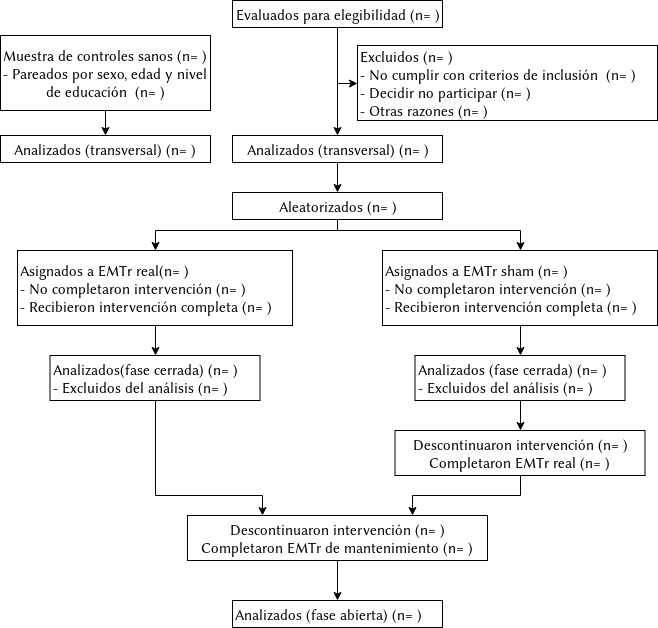
Before: Figures/participantFlow.png, a diagram exported from draw.io (soffiafdz/TesisINB). Source tidied: cells renumbered, new cells last; positions are measured from the earlier drawing's top-left corner, leaving out a move shared by most shapes.
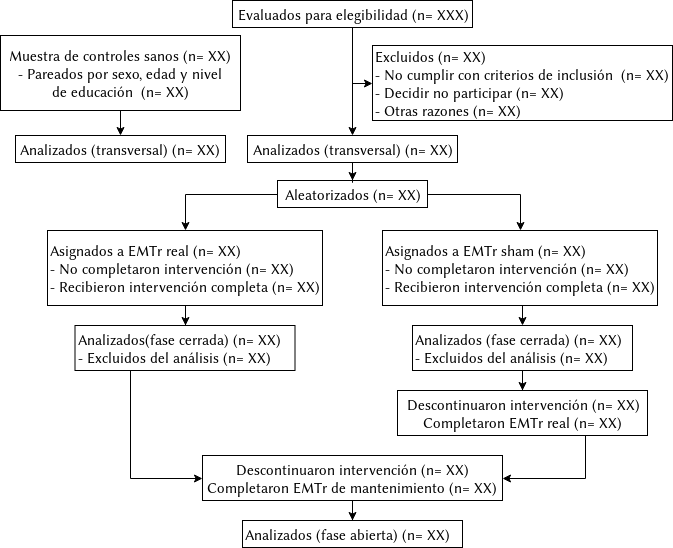
Later version of the same file.

The edit, as a diff of the source:
```diff
@@ -2,100 +2,80 @@
   <root>
     <mxCell id="0" />
     <mxCell id="1" parent="0" />
-    <mxCell id="2" value="&lt;font style=&quot;font-size: 15px&quot;&gt;Evaluados para elegibilidad (n= )&lt;/font&gt;" style="rounded=0;whiteSpace=wrap;html=1;rotation=0;" parent="1" vertex="1">
-      <mxGeometry x="232" width="210" height="27" as="geometry" />
+    <mxCell id="2" value="&lt;font style=&quot;font-size: 15px&quot;&gt;Evaluados para elegibilidad (n= XXX)&lt;/font&gt;" style="rounded=0;whiteSpace=wrap;html=1;rotation=0;" parent="1" vertex="1">
+      <mxGeometry x="217" width="240" height="27" as="geometry" />
     </mxCell>
-    <mxCell id="3" value="&lt;div style=&quot;font-size: 15px&quot; align=&quot;left&quot;&gt;&lt;font style=&quot;font-size: 15px&quot;&gt;Excluidos (n= )&lt;br&gt;- No cumplir con criterios de inclusión&amp;nbsp; (n= )&lt;br&gt;- Decidir no participar (n= )&lt;br&gt;- Otras razones (n= )&lt;/font&gt;&lt;/div&gt;" style="rounded=0;whiteSpace=wrap;html=1;align=left;rotation=0;" parent="1" vertex="1" collapsed="1">
+    <mxCell id="3" value="&lt;div style=&quot;font-size: 15px&quot; align=&quot;left&quot;&gt;&lt;font style=&quot;font-size: 15px&quot;&gt;Excluidos (n= XX)&lt;br&gt;- No cumplir con criterios de inclusión&amp;nbsp; (n= XX)&lt;br&gt;- Decidir no participar (n= XX)&lt;br&gt;- Otras razones (n= XX)&lt;/font&gt;&lt;/div&gt;" style="rounded=0;whiteSpace=wrap;html=1;align=left;rotation=0;" parent="1" vertex="1" collapsed="1">
       <mxGeometry x="357" y="45" width="300" height="75" as="geometry" />
     </mxCell>
     <mxCell id="4" style="edgeStyle=orthogonalEdgeStyle;rounded=0;jettySize=auto;html=1;exitX=0.5;exitY=1;exitDx=0;exitDy=0;entryX=0;entryY=0.5;entryDx=0;entryDy=0;" parent="1" edge="1" source="2" target="3">
       <mxGeometry relative="1" as="geometry" />
     </mxCell>
+    <mxCell id="6" style="edgeStyle=orthogonalEdgeStyle;rounded=0;jettySize=auto;html=1;exitX=1;exitY=0.5;exitDx=0;exitDy=0;" parent="1" edge="1" source="7" target="12">
+      <mxGeometry relative="1" as="geometry" />
+    </mxCell>
-    <mxCell id="5" style="edgeStyle=orthogonalEdgeStyle;rounded=0;jettySize=auto;html=1;" parent="1" edge="1" source="7" target="10">
-      <mxGeometry relative="1" as="geometry">
-        <Array as="points">
-          <mxPoint x="337" y="230" />
-          <mxPoint x="155" y="230" />
-        </Array>
-      </mxGeometry>
+    <mxCell id="5" style="edgeStyle=orthogonalEdgeStyle;rounded=0;jettySize=auto;html=1;exitX=0;exitY=0.5;exitDx=0;exitDy=0;entryX=0.5;entryY=0;entryDx=0;entryDy=0;" parent="1" edge="1" source="7" target="10">
+      <mxGeometry relative="1" as="geometry" />
     </mxCell>
-    <mxCell id="6" style="edgeStyle=orthogonalEdgeStyle;rounded=0;jettySize=auto;html=1;exitX=0.5;exitY=1;exitDx=0;exitDy=0;" parent="1" edge="1" source="7" target="12">
-      <mxGeometry relative="1" as="geometry">
-        <Array as="points">
-          <mxPoint x="337" y="230" />
-          <mxPoint x="520" y="230" />
-        </Array>
-      </mxGeometry>
-    </mxCell>
-    <mxCell id="7" value="&lt;font style=&quot;font-size: 15px&quot;&gt;Aleatorizados (n= )&lt;/font&gt;" style="rounded=0;whiteSpace=wrap;html=1;rotation=0;" parent="1" vertex="1">
-      <mxGeometry x="232" y="192" width="210" height="27" as="geometry" />
+    <mxCell id="7" value="&lt;font style=&quot;font-size: 15px&quot;&gt;Aleatorizados (n= XX)&lt;/font&gt;" style="rounded=0;whiteSpace=wrap;html=1;rotation=0;" parent="1" vertex="1">
+      <mxGeometry x="262" y="180" width="150" height="27" as="geometry" />
     </mxCell>
     <mxCell id="8" style="edgeStyle=orthogonalEdgeStyle;rounded=0;jettySize=auto;html=1;exitX=0.5;exitY=1;exitDx=0;exitDy=0;entryX=0.5;entryY=0;entryDx=0;entryDy=0;" parent="1" edge="1" source="2" target="21">
       <mxGeometry relative="1" as="geometry" />
     </mxCell>
-    <mxCell id="9" style="edgeStyle=orthogonalEdgeStyle;rounded=0;jettySize=auto;html=1;entryX=0.5;entryY=0;entryDx=0;entryDy=0;" parent="1" edge="1" source="10" target="23">
+    <mxCell id="9" style="edgeStyle=orthogonalEdgeStyle;rounded=0;jettySize=auto;html=1;" parent="1" edge="1" source="10" target="23">
       <mxGeometry relative="1" as="geometry" />
     </mxCell>
-    <mxCell id="10" value="&lt;div style=&quot;font-size: 15px&quot; align=&quot;left&quot;&gt;&lt;font style=&quot;font-size: 15px&quot;&gt;Asignados a EMTr real(n= )&lt;br&gt;- No completaron intervención  (n= )&lt;br&gt;- Recibieron intervención completa (n= )&lt;br&gt;&lt;/font&gt;&lt;/div&gt;" style="rounded=0;whiteSpace=wrap;html=1;align=left;rotation=0;" parent="1" vertex="1">
-      <mxGeometry x="17" y="250" width="275" height="75" as="geometry" />
+    <mxCell id="10" value="&lt;div style=&quot;font-size: 15px&quot; align=&quot;left&quot;&gt;&lt;font style=&quot;font-size: 15px&quot;&gt;Asignados a EMTr real (n= XX)&lt;br&gt;- No completaron intervención  (n= XX)&lt;br&gt;- Recibieron intervención completa (n= XX)&lt;br&gt;&lt;/font&gt;&lt;/div&gt;" style="rounded=0;whiteSpace=wrap;html=1;align=left;rotation=0;" parent="1" vertex="1">
+      <mxGeometry x="32" y="230" width="275" height="75" as="geometry" />
     </mxCell>
-    <mxCell id="11" style="edgeStyle=orthogonalEdgeStyle;rounded=0;jettySize=auto;html=1;entryX=0.5;entryY=0;entryDx=0;entryDy=0;" parent="1" edge="1" source="12" target="14">
+    <mxCell id="11" style="edgeStyle=orthogonalEdgeStyle;rounded=0;jettySize=auto;html=1;exitX=0.5;exitY=1;exitDx=0;exitDy=0;entryX=0.5;entryY=0;entryDx=0;entryDy=0;" parent="1" edge="1" source="12" target="14">
       <mxGeometry relative="1" as="geometry" />
     </mxCell>
-    <mxCell id="12" value="&lt;font style=&quot;font-size: 15px&quot;&gt;Asignados a EMTr sham (n= )&lt;br&gt;&lt;/font&gt;&lt;div style=&quot;font-size: 15px&quot; align=&quot;left&quot;&gt;&lt;font style=&quot;font-size: 15px&quot;&gt;- No completaron intervención (n= )&lt;br&gt;- Recibieron intervención completa (n= )&lt;br&gt;&lt;/font&gt;&lt;/div&gt;" style="rounded=0;whiteSpace=wrap;html=1;align=left;rotation=0;" parent="1" vertex="1">
-      <mxGeometry x="382" y="250" width="275" height="75" as="geometry" />
+    <mxCell id="12" value="&lt;font style=&quot;font-size: 15px&quot;&gt;Asignados a EMTr sham (n= XX)&lt;br&gt;&lt;/font&gt;&lt;div style=&quot;font-size: 15px&quot; align=&quot;left&quot;&gt;&lt;font style=&quot;font-size: 15px&quot;&gt;- No completaron intervención (n= XX)&lt;br&gt;- Recibieron intervención completa (n= XX)&lt;br&gt;&lt;/font&gt;&lt;/div&gt;" style="rounded=0;whiteSpace=wrap;html=1;align=left;rotation=0;" parent="1" vertex="1">
+      <mxGeometry x="367" y="230" width="275" height="75" as="geometry" />
     </mxCell>
     <mxCell id="13" style="edgeStyle=orthogonalEdgeStyle;rounded=0;jettySize=auto;html=1;" parent="1" edge="1" source="14" target="16">
       <mxGeometry relative="1" as="geometry" />
     </mxCell>
-    <mxCell id="14" value="&lt;div style=&quot;font-size: 15px&quot; align=&quot;left&quot;&gt;&lt;font style=&quot;font-size: 15px&quot;&gt;Analizados (fase cerrada) (n= )&lt;/font&gt;&lt;/div&gt;&lt;div style=&quot;font-size: 15px&quot; align=&quot;left&quot;&gt;&lt;font style=&quot;font-size: 15px&quot;&gt;- Excluidos del análisis (n= )&lt;br&gt;&lt;/font&gt;&lt;/div&gt;" style="rounded=0;whiteSpace=wrap;html=1;align=left;rotation=0;" parent="1" vertex="1">
-      <mxGeometry x="414.5" y="355" width="210" height="45" as="geometry" />
+    <mxCell id="14" value="&lt;div style=&quot;font-size: 15px&quot; align=&quot;left&quot;&gt;&lt;font style=&quot;font-size: 15px&quot;&gt;Analizados (fase cerrada) (n= XX)&lt;/font&gt;&lt;/div&gt;&lt;div style=&quot;font-size: 15px&quot; align=&quot;left&quot;&gt;&lt;font style=&quot;font-size: 15px&quot;&gt;- Excluidos del análisis (n= XX)&lt;br&gt;&lt;/font&gt;&lt;/div&gt;" style="rounded=0;whiteSpace=wrap;html=1;align=left;rotation=0;" parent="1" vertex="1">
+      <mxGeometry x="397" y="325" width="220" height="45" as="geometry" />
     </mxCell>
-    <mxCell id="15" style="edgeStyle=orthogonalEdgeStyle;rounded=0;jettySize=auto;html=1;entryX=0.75;entryY=0;entryDx=0;entryDy=0;" parent="1" edge="1" source="16" target="25">
-      <mxGeometry relative="1" as="geometry">
-        <Array as="points">
-          <mxPoint x="520" y="495" />
-          <mxPoint x="412" y="495" />
-        </Array>
-      </mxGeometry>
+    <mxCell id="15" style="edgeStyle=orthogonalEdgeStyle;rounded=0;jettySize=auto;html=1;exitX=0.75;exitY=1;exitDx=0;exitDy=0;entryX=1;entryY=0.5;entryDx=0;entryDy=0;" parent="1" edge="1" source="16" target="25">
+      <mxGeometry relative="1" as="geometry" />
     </mxCell>
-    <mxCell id="16" value="&lt;div style=&quot;font-size: 15px&quot; align=&quot;center&quot;&gt;&lt;font style=&quot;font-size: 15px&quot;&gt;Descontinuaron intervención (n= )&lt;/font&gt;&lt;/div&gt;&lt;div style=&quot;font-size: 15px&quot; align=&quot;center&quot;&gt;&lt;font style=&quot;font-size: 15px&quot;&gt;Completaron EMTr real (n= )&lt;br&gt;&lt;/font&gt;&lt;/div&gt;" style="rounded=0;whiteSpace=wrap;html=1;align=center;rotation=0;" parent="1" vertex="1">
-      <mxGeometry x="394.5" y="430" width="250" height="45" as="geometry" />
+    <mxCell id="16" value="&lt;div style=&quot;font-size: 15px&quot; align=&quot;center&quot;&gt;&lt;font style=&quot;font-size: 15px&quot;&gt;Descontinuaron intervención (n= XX)&lt;/font&gt;&lt;/div&gt;&lt;div style=&quot;font-size: 15px&quot; align=&quot;center&quot;&gt;&lt;font style=&quot;font-size: 15px&quot;&gt;Completaron EMTr real (n= XX)&lt;br&gt;&lt;/font&gt;&lt;/div&gt;" style="rounded=0;whiteSpace=wrap;html=1;align=center;rotation=0;" parent="1" vertex="1">
+      <mxGeometry x="382" y="390" width="250" height="45" as="geometry" />
     </mxCell>
     <mxCell id="17" style="edgeStyle=orthogonalEdgeStyle;rounded=0;jettySize=auto;html=1;" parent="1" edge="1" source="18" target="19">
       <mxGeometry relative="1" as="geometry" />
     </mxCell>
-    <mxCell id="18" value="&lt;font style=&quot;font-size: 15px&quot;&gt;Muestra de controles sanos (n= )&lt;br&gt;&lt;/font&gt;&lt;div style=&quot;font-size: 15px&quot; align=&quot;center&quot;&gt;&lt;font style=&quot;font-size: 15px&quot;&gt;- Pareados por sexo, edad y nivel&lt;br&gt;de educación&amp;nbsp; (n= )&lt;br&gt;&lt;/font&gt;&lt;/div&gt;" style="rounded=0;whiteSpace=wrap;html=1;align=center;rotation=0;" parent="1" vertex="1">
-      <mxGeometry y="35" width="210" height="75" as="geometry" />
+    <mxCell id="18" value="&lt;font style=&quot;font-size: 15px&quot;&gt;Muestra de controles sanos (n= XX)&lt;br&gt;&lt;/font&gt;&lt;div style=&quot;font-size: 15px&quot; align=&quot;center&quot;&gt;&lt;font style=&quot;font-size: 15px&quot;&gt;- Pareados por sexo, edad y nivel&lt;br&gt;de educación&amp;nbsp; (n= XX)&lt;br&gt;&lt;/font&gt;&lt;/div&gt;" style="rounded=0;whiteSpace=wrap;html=1;align=center;rotation=0;" parent="1" vertex="1">
+      <mxGeometry x="-15" y="35" width="240" height="75" as="geometry" />
     </mxCell>
-    <mxCell id="19" value="&lt;div style=&quot;font-size: 15px&quot; align=&quot;center&quot;&gt;&lt;font style=&quot;font-size: 15px&quot;&gt;Analizados (transversal) (n= )&lt;br&gt;&lt;/font&gt;&lt;/div&gt;" style="rounded=0;whiteSpace=wrap;html=1;align=center;rotation=0;" parent="1" vertex="1">
+    <mxCell id="19" value="&lt;div style=&quot;font-size: 15px&quot; align=&quot;center&quot;&gt;&lt;font style=&quot;font-size: 15px&quot;&gt;Analizados (transversal) (n= XX)&lt;br&gt;&lt;/font&gt;&lt;/div&gt;" style="rounded=0;whiteSpace=wrap;html=1;align=center;rotation=0;" parent="1" vertex="1">
       <mxGeometry y="135" width="210" height="27" as="geometry" />
     </mxCell>
     <mxCell id="20" style="edgeStyle=orthogonalEdgeStyle;rounded=0;jettySize=auto;html=1;entryX=0.5;entryY=0;entryDx=0;entryDy=0;" parent="1" edge="1" source="21" target="7">
       <mxGeometry relative="1" as="geometry" />
     </mxCell>
-    <mxCell id="21" value="&lt;font style=&quot;font-size: 15px&quot;&gt;Analizados (transversal) (n= )&lt;/font&gt;" style="rounded=0;whiteSpace=wrap;html=1;rotation=0;" parent="1" vertex="1">
+    <mxCell id="21" value="&lt;font style=&quot;font-size: 15px&quot;&gt;Analizados (transversal) (n= XX)&lt;/font&gt;" style="rounded=0;whiteSpace=wrap;html=1;rotation=0;" parent="1" vertex="1">
       <mxGeometry x="232" y="135" width="210" height="27" as="geometry" />
     </mxCell>
-    <mxCell id="22" style="edgeStyle=orthogonalEdgeStyle;rounded=0;jettySize=auto;html=1;entryX=0.25;entryY=0;entryDx=0;entryDy=0;" parent="1" edge="1" source="23" target="25">
-      <mxGeometry relative="1" as="geometry">
-        <Array as="points">
-          <mxPoint x="155" y="495" />
-          <mxPoint x="262" y="495" />
-        </Array>
-      </mxGeometry>
+    <mxCell id="22" style="edgeStyle=orthogonalEdgeStyle;rounded=0;jettySize=auto;html=1;exitX=0.25;exitY=1;exitDx=0;exitDy=0;entryX=0;entryY=0.5;entryDx=0;entryDy=0;" parent="1" edge="1" source="23" target="25">
+      <mxGeometry relative="1" as="geometry" />
     </mxCell>
-    <mxCell id="23" value="&lt;div style=&quot;font-size: 15px&quot; align=&quot;left&quot;&gt;&lt;font style=&quot;font-size: 15px&quot;&gt;Analizados(fase cerrada) (n= )&lt;/font&gt;&lt;/div&gt;&lt;div style=&quot;font-size: 15px&quot; align=&quot;left&quot;&gt;&lt;font style=&quot;font-size: 15px&quot;&gt;- Excluidos del análisis (n= )&lt;br&gt;&lt;/font&gt;&lt;/div&gt;" style="rounded=0;whiteSpace=wrap;html=1;align=left;rotation=0;" parent="1" vertex="1">
-      <mxGeometry x="49.5" y="355" width="210" height="45" as="geometry" />
+    <mxCell id="23" value="&lt;div style=&quot;font-size: 15px&quot; align=&quot;left&quot;&gt;&lt;font style=&quot;font-size: 15px&quot;&gt;Analizados(fase cerrada) (n= XX)&lt;/font&gt;&lt;/div&gt;&lt;div style=&quot;font-size: 15px&quot; align=&quot;left&quot;&gt;&lt;font style=&quot;font-size: 15px&quot;&gt;- Excluidos del análisis (n= XX)&lt;br&gt;&lt;/font&gt;&lt;/div&gt;" style="rounded=0;whiteSpace=wrap;html=1;align=left;rotation=0;" parent="1" vertex="1">
+      <mxGeometry x="59.5" y="325" width="220" height="45" as="geometry" />
     </mxCell>
     <mxCell id="24" style="edgeStyle=orthogonalEdgeStyle;rounded=0;jettySize=auto;html=1;" parent="1" edge="1" source="25" target="26">
       <mxGeometry relative="1" as="geometry" />
     </mxCell>
-    <mxCell id="25" value="&lt;font style=&quot;font-size: 15px&quot;&gt;Descontinuaron intervención (n= )&lt;/font&gt;&lt;div style=&quot;font-size: 15px&quot; align=&quot;center&quot;&gt;&lt;font style=&quot;font-size: 15px&quot;&gt;Completaron EMTr de mantenimiento (n= )&lt;br&gt;&lt;/font&gt;&lt;/div&gt;" style="rounded=0;whiteSpace=wrap;html=1;align=center;rotation=0;" parent="1" vertex="1">
-      <mxGeometry x="187" y="515" width="300" height="45" as="geometry" />
+    <mxCell id="25" value="&lt;font style=&quot;font-size: 15px&quot;&gt;Descontinuaron intervención (n= XX)&lt;/font&gt;&lt;div style=&quot;font-size: 15px&quot; align=&quot;center&quot;&gt;&lt;font style=&quot;font-size: 15px&quot;&gt;Completaron EMTr de mantenimiento (n= XX)&lt;br&gt;&lt;/font&gt;&lt;/div&gt;" style="rounded=0;whiteSpace=wrap;html=1;align=center;rotation=0;" parent="1" vertex="1">
+      <mxGeometry x="187" y="455" width="300" height="45" as="geometry" />
     </mxCell>
-    <mxCell id="26" value="&lt;font style=&quot;font-size: 15px&quot;&gt;Analizados (fase abierta) (n= )&lt;/font&gt;" style="rounded=0;whiteSpace=wrap;html=1;align=left;rotation=0;" parent="1" vertex="1">
-      <mxGeometry x="232" y="600" width="210" height="27" as="geometry" />
+    <mxCell id="26" value="&lt;font style=&quot;font-size: 15px&quot;&gt;Analizados (fase abierta) (n= XX)&lt;/font&gt;" style="rounded=0;whiteSpace=wrap;html=1;align=left;rotation=0;" parent="1" vertex="1">
+      <mxGeometry x="227" y="520" width="220" height="27" as="geometry" />
     </mxCell>
   </root>
 </mxGraphModel>
```
